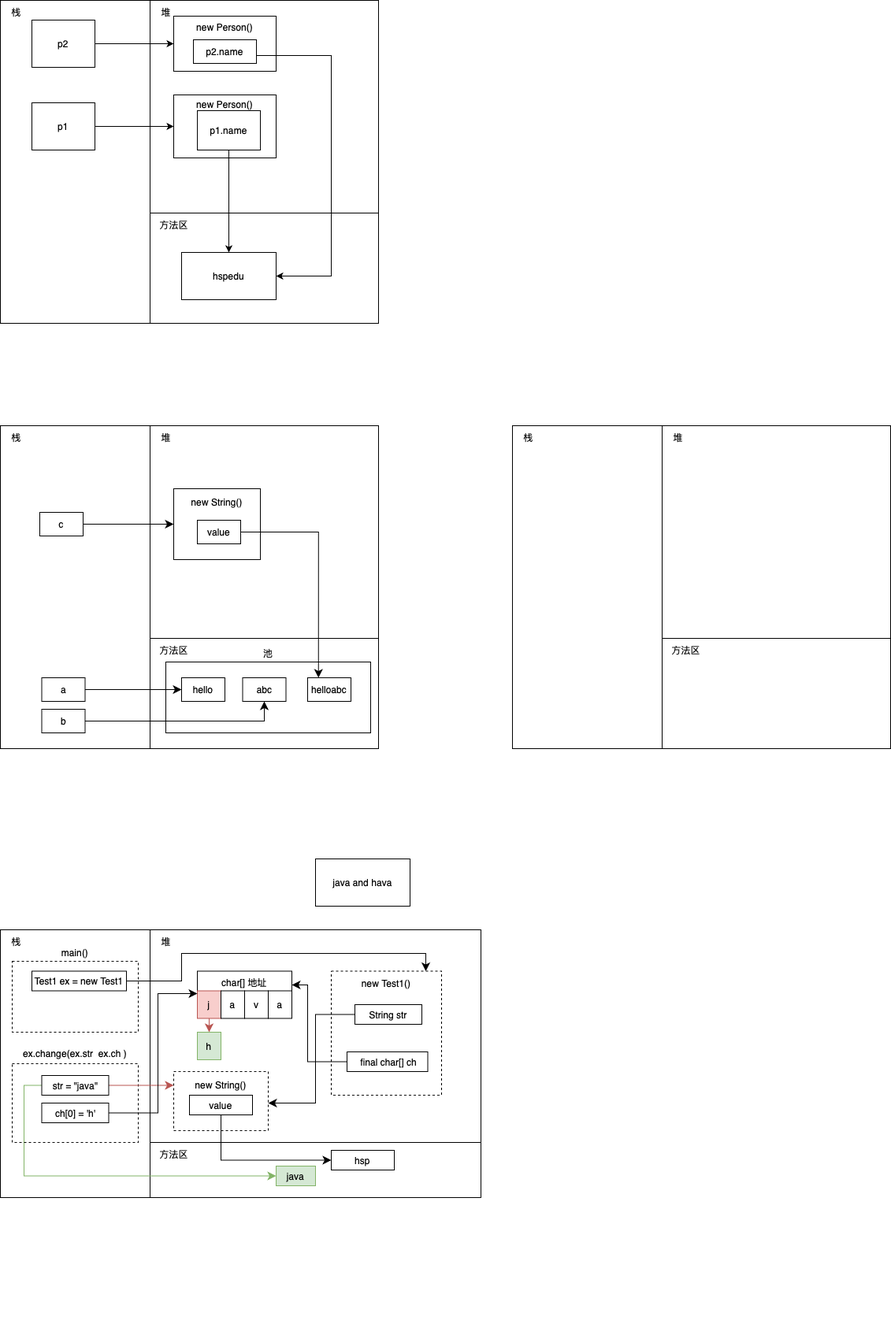
Earlier version of the draw.io export drawio/White.png (Stolorzs/Picgo). Source tidied: cells renumbered, new cells last; positions are measured from the earlier drawing's top-left corner, leaving out a move shared by most shapes.
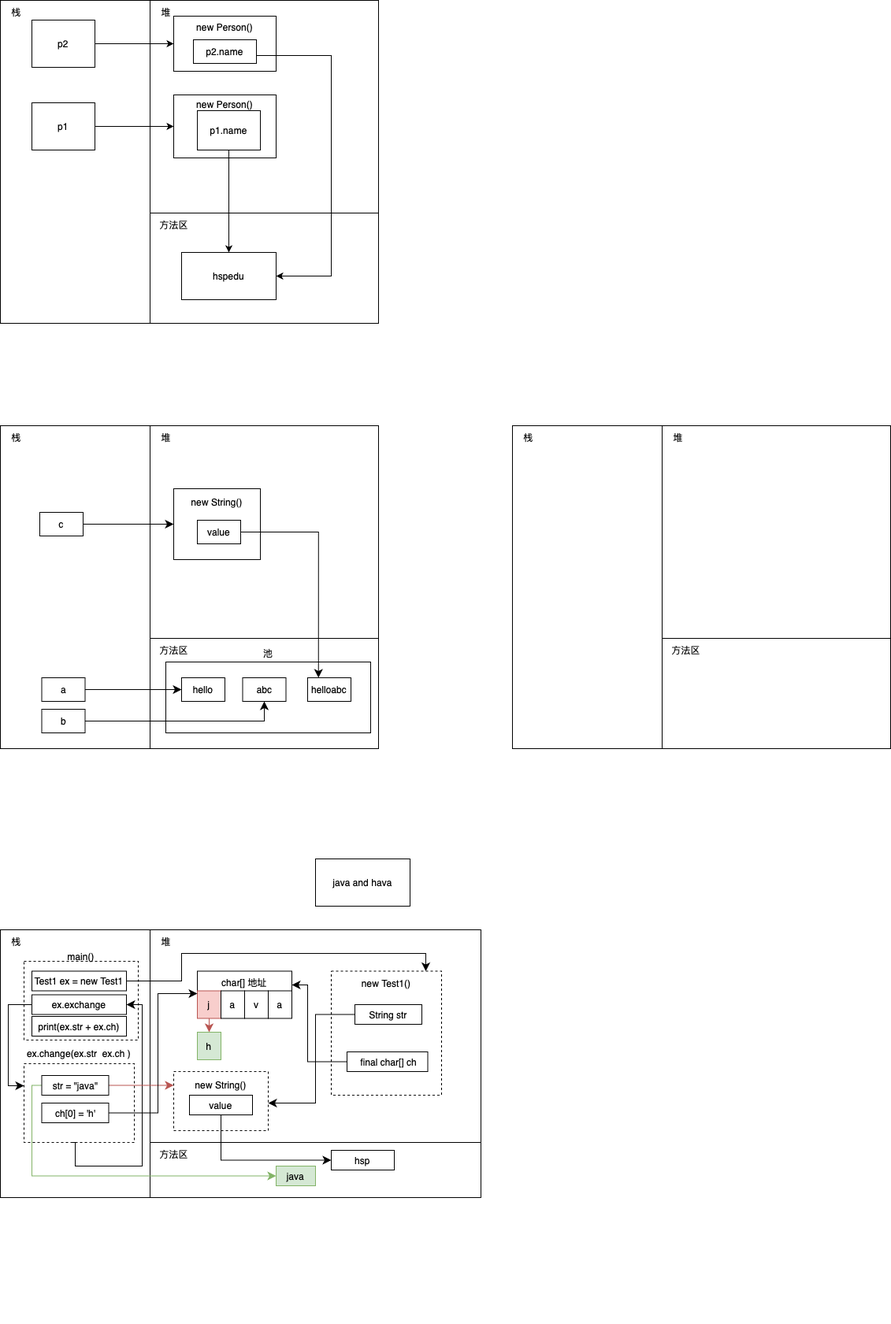
The same file after the commit.

Change to the diagram source:
```diff
@@ -230,7 +230,7 @@
       <mxGeometry x="340" y="1257.5" width="30" height="35" as="geometry" />
     </mxCell>
     <mxCell id="71" value="main()&lt;div&gt;&lt;br&gt;&lt;/div&gt;&lt;div&gt;&lt;br&gt;&lt;/div&gt;&lt;div&gt;&lt;br&gt;&lt;/div&gt;&lt;div&gt;&lt;br&gt;&lt;/div&gt;&lt;div&gt;&lt;br&gt;&lt;/div&gt;&lt;div&gt;&lt;br&gt;&lt;/div&gt;&lt;div&gt;&lt;br&gt;&lt;/div&gt;&lt;div&gt;&lt;br&gt;&lt;/div&gt;" style="rounded=0;whiteSpace=wrap;html=1;dashed=1;fillColor=none;" parent="1" vertex="1">
-      <mxGeometry x="15" y="1220" width="160" height="90" as="geometry" />
+      <mxGeometry x="30" y="1220" width="145" height="100" as="geometry" />
     </mxCell>
     <mxCell id="72" style="edgeStyle=orthogonalEdgeStyle;rounded=0;jettySize=auto;html=1;fontSize=12;startSize=8;endSize=8;" parent="1" edge="1" source="73" target="59">
       <mxGeometry relative="1" as="geometry">
@@ -247,13 +247,24 @@
     <mxCell id="74" style="edgeStyle=orthogonalEdgeStyle;rounded=0;jettySize=auto;html=1;entryX=0;entryY=0.5;entryDx=0;entryDy=0;fontSize=12;startSize=8;endSize=8;fillColor=#d5e8d4;strokeColor=#82b366;" parent="1" edge="1" source="77" target="64">
       <mxGeometry relative="1" as="geometry">
         <Array as="points">
-          <mxPoint x="30" y="1378" />
-          <mxPoint x="30" y="1493" />
+          <mxPoint x="40" y="1378" />
+          <mxPoint x="40" y="1493" />
         </Array>
       </mxGeometry>
     </mxCell>
+    <mxCell id="81" style="edgeStyle=orthogonalEdgeStyle;rounded=0;jettySize=auto;html=1;fontSize=12;startSize=8;endSize=8;" parent="1" edge="1" target="83">
+      <mxGeometry relative="1" as="geometry">
+        <mxPoint x="90" y="1450" as="sourcePoint" />
+        <Array as="points">
+          <mxPoint x="95" y="1450" />
+          <mxPoint x="95" y="1480" />
+          <mxPoint x="180" y="1480" />
+          <mxPoint x="180" y="1275" />
+        </Array>
+      </mxGeometry>
+    </mxCell>
     <mxCell id="75" value="ex.change(ex.str &amp;nbsp;ex.ch )&lt;div&gt;&lt;br&gt;&lt;/div&gt;&lt;div&gt;&lt;br&gt;&lt;div&gt;&lt;br&gt;&lt;/div&gt;&lt;div&gt;&lt;br&gt;&lt;/div&gt;&lt;div&gt;&lt;br&gt;&lt;/div&gt;&lt;div&gt;&lt;br&gt;&lt;/div&gt;&lt;div&gt;&lt;br&gt;&lt;/div&gt;&lt;div&gt;&lt;br&gt;&lt;/div&gt;&lt;div&gt;&lt;br&gt;&lt;/div&gt;&lt;/div&gt;" style="rounded=0;whiteSpace=wrap;html=1;dashed=1;fillColor=none;" parent="1" vertex="1">
-      <mxGeometry x="15" y="1350" width="160" height="100" as="geometry" />
+      <mxGeometry x="30" y="1350" width="140" height="100" as="geometry" />
     </mxCell>
     <mxCell id="76" style="edgeStyle=orthogonalEdgeStyle;rounded=0;jettySize=auto;html=1;fontSize=12;startSize=8;endSize=8;fillColor=#f8cecc;strokeColor=#b85450;" parent="1" edge="1" source="77" target="54">
       <mxGeometry relative="1" as="geometry">
@@ -280,5 +291,19 @@
     <mxCell id="80" value="h" style="rounded=0;whiteSpace=wrap;html=1;fillColor=#d5e8d4;strokeColor=#82b366;" parent="1" vertex="1">
       <mxGeometry x="250" y="1310" width="30" height="35" as="geometry" />
     </mxCell>
+    <mxCell id="82" style="edgeStyle=orthogonalEdgeStyle;rounded=0;jettySize=auto;html=1;fontSize=12;startSize=8;endSize=8;" parent="1" edge="1" source="83" target="75">
+      <mxGeometry relative="1" as="geometry">
+        <Array as="points">
+          <mxPoint x="10" y="1275" />
+          <mxPoint x="10" y="1378" />
+        </Array>
+      </mxGeometry>
+    </mxCell>
+    <mxCell id="83" value="ex.exchange" style="rounded=0;whiteSpace=wrap;html=1;" parent="1" vertex="1">
+      <mxGeometry x="40" y="1262.5" width="120" height="25" as="geometry" />
+    </mxCell>
+    <mxCell id="84" value="print(ex.str + ex.ch)" style="rounded=0;whiteSpace=wrap;html=1;" parent="1" vertex="1">
+      <mxGeometry x="40" y="1290" width="120" height="25" as="geometry" />
+    </mxCell>
   </root>
 </mxGraphModel>
```
